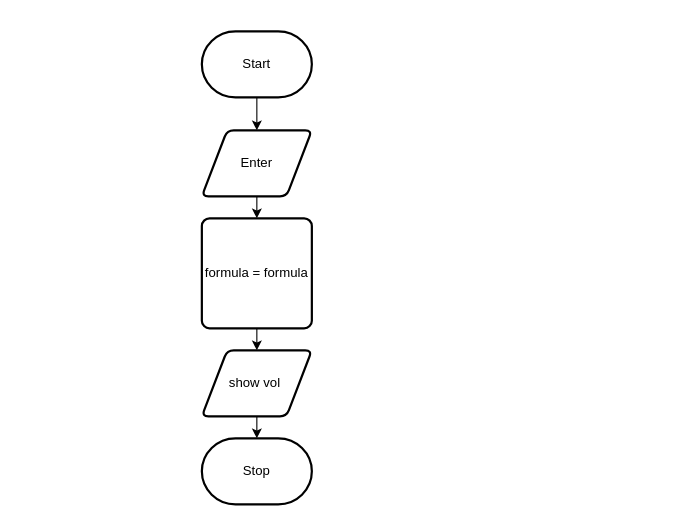
This is design/flowchart.drawio from Johanna-liu16/ICS2O-Unit-5-03-JS, a draw.io file, before an edit. Source tidied: cells renumbered, new cells numbered last; positions are measured from the earlier drawing's top-left corner, leaving out a move shared by most shapes. Both pictures are drawn from the tidied source at 110%, with x=0, y=0 at pixel (201, 31).
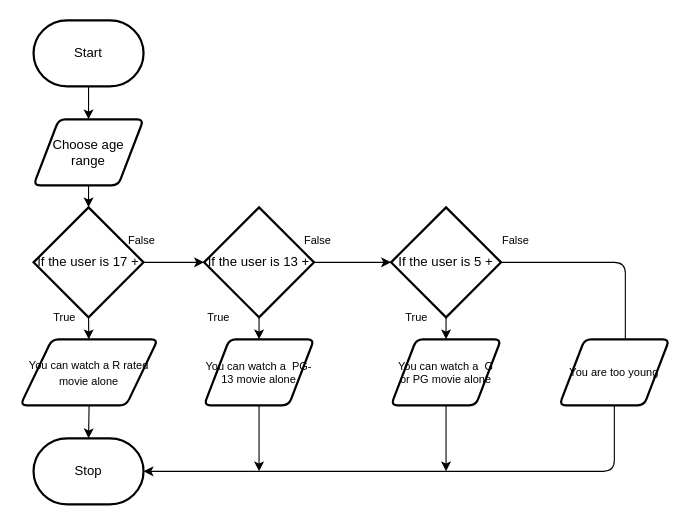
The same diagram, later.

What changed in the source:
```diff
@@
     <mxCell id="3" value="Start" style="strokeWidth=2;html=1;shape=mxgraph.flowchart.terminator;whiteSpace=wrap;" parent="1" vertex="1">
-      <mxGeometry width="100" height="60" as="geometry" />
+      <mxGeometry x="-153" y="-10" width="100" height="60" as="geometry" />
     </mxCell>
-    <mxCell id="4" style="edgeStyle=none;html=1;exitX=0.5;exitY=1;exitDx=0;exitDy=0;" parent="1" edge="1" source="5" target="7">
-      <mxGeometry relative="1" as="geometry" />
+    <mxCell id="4" style="edgeStyle=none;html=1;exitX=0.5;exitY=1;exitDx=0;exitDy=0;" parent="1" edge="1" source="5">
+      <mxGeometry relative="1" as="geometry">
+        <mxPoint x="-103" y="160" as="targetPoint" />
+      </mxGeometry>
     </mxCell>
-    <mxCell id="5" value="Enter" style="shape=parallelogram;html=1;strokeWidth=2;perimeter=parallelogramPerimeter;whiteSpace=wrap;rounded=1;arcSize=12;size=0.23;" parent="1" vertex="1">
-      <mxGeometry y="90" width="100" height="60" as="geometry" />
+    <mxCell id="5" value="Choose age range" style="shape=parallelogram;html=1;strokeWidth=2;perimeter=parallelogramPerimeter;whiteSpace=wrap;rounded=1;arcSize=12;size=0.23;" parent="1" vertex="1">
+      <mxGeometry x="-153" y="80" width="100" height="60" as="geometry" />
     </mxCell>
-    <mxCell id="6" style="edgeStyle=none;html=1;exitX=0.5;exitY=1;exitDx=0;exitDy=0;" parent="1" edge="1" source="7" target="9">
-      <mxGeometry relative="1" as="geometry" />
+    <mxCell id="6" style="edgeStyle=none;html=1;exitX=0.5;exitY=1;exitDx=0;exitDy=0;" parent="1" edge="1" target="9">
+      <mxGeometry relative="1" as="geometry">
+        <mxPoint x="-103" y="260" as="sourcePoint" />
+      </mxGeometry>
     </mxCell>
-    <mxCell id="7" value="formula = formula" style="rounded=1;whiteSpace=wrap;html=1;absoluteArcSize=1;arcSize=14;strokeWidth=2;" parent="1" vertex="1">
-      <mxGeometry y="170" width="100" height="100" as="geometry" />
-    </mxCell>
@@
-    <mxCell id="9" value="show vol&amp;nbsp;" style="shape=parallelogram;html=1;strokeWidth=2;perimeter=parallelogramPerimeter;whiteSpace=wrap;rounded=1;arcSize=12;size=0.23;" parent="1" vertex="1">
-      <mxGeometry y="290" width="100" height="60" as="geometry" />
+    <mxCell id="9" value="&lt;font style=&quot;font-size: 10px&quot;&gt;You can watch a R rated movie alone&lt;/font&gt;" style="shape=parallelogram;html=1;strokeWidth=2;perimeter=parallelogramPerimeter;whiteSpace=wrap;rounded=1;arcSize=12;size=0.23;" parent="1" vertex="1">
+      <mxGeometry x="-165" y="280" width="125" height="60" as="geometry" />
     </mxCell>
     <mxCell id="10" value="Stop" style="strokeWidth=2;html=1;shape=mxgraph.flowchart.terminator;whiteSpace=wrap;" parent="1" vertex="1">
-      <mxGeometry y="370" width="100" height="60" as="geometry" />
+      <mxGeometry x="-153" y="370" width="100" height="60" as="geometry" />
     </mxCell>
+    <mxCell id="11" style="edgeStyle=none;html=1;exitX=1;exitY=0.5;exitDx=0;exitDy=0;exitPerimeter=0;entryX=0;entryY=0.5;entryDx=0;entryDy=0;entryPerimeter=0;fontSize=10;" parent="1" edge="1" source="12" target="15">
+      <mxGeometry relative="1" as="geometry" />
+    </mxCell>
+    <mxCell id="12" value="If the user is 17 +" style="strokeWidth=2;html=1;shape=mxgraph.flowchart.decision;whiteSpace=wrap;" parent="1" vertex="1">
+      <mxGeometry x="-153" y="160" width="100" height="100" as="geometry" />
+    </mxCell>
+    <mxCell id="13" style="edgeStyle=none;html=1;exitX=1;exitY=0.5;exitDx=0;exitDy=0;exitPerimeter=0;entryX=0;entryY=0.5;entryDx=0;entryDy=0;entryPerimeter=0;fontSize=10;" parent="1" edge="1" source="15" target="18">
+      <mxGeometry relative="1" as="geometry" />
+    </mxCell>
+    <mxCell id="14" style="edgeStyle=none;html=1;exitX=0.5;exitY=1;exitDx=0;exitDy=0;exitPerimeter=0;entryX=0.5;entryY=0;entryDx=0;entryDy=0;fontSize=10;" parent="1" edge="1" source="15" target="20">
+      <mxGeometry relative="1" as="geometry" />
+    </mxCell>
+    <mxCell id="15" value="If the user is 13 +" style="strokeWidth=2;html=1;shape=mxgraph.flowchart.decision;whiteSpace=wrap;" parent="1" vertex="1">
+      <mxGeometry x="2" y="160" width="100" height="100" as="geometry" />
+    </mxCell>
+    <mxCell id="16" style="edgeStyle=none;html=1;exitX=1;exitY=0.5;exitDx=0;exitDy=0;exitPerimeter=0;fontSize=10;entryX=0.6;entryY=0.167;entryDx=0;entryDy=0;entryPerimeter=0;" parent="1" edge="1" source="18" target="30">
+      <mxGeometry relative="1" as="geometry">
+        <Array as="points">
+          <mxPoint x="385" y="210" />
+        </Array>
+      </mxGeometry>
+    </mxCell>
+    <mxCell id="17" style="edgeStyle=none;html=1;exitX=0.5;exitY=1;exitDx=0;exitDy=0;exitPerimeter=0;fontSize=10;" parent="1" edge="1" source="18" target="22">
+      <mxGeometry relative="1" as="geometry" />
+    </mxCell>
+    <mxCell id="18" value="If the user is 5 +" style="strokeWidth=2;html=1;shape=mxgraph.flowchart.decision;whiteSpace=wrap;" parent="1" vertex="1">
+      <mxGeometry x="172" y="160" width="100" height="100" as="geometry" />
+    </mxCell>
+    <mxCell id="19" style="edgeStyle=none;html=1;fontSize=10;" parent="1" edge="1" source="20">
+      <mxGeometry relative="1" as="geometry">
+        <mxPoint x="52" y="400" as="targetPoint" />
+      </mxGeometry>
+    </mxCell>
+    <mxCell id="20" value="&lt;font style=&quot;font-size: 10px&quot;&gt;You can watch a&amp;nbsp; PG-13 movie alone&lt;/font&gt;" style="shape=parallelogram;html=1;strokeWidth=2;perimeter=parallelogramPerimeter;whiteSpace=wrap;rounded=1;arcSize=12;size=0.23;fontSize=10;" parent="1" vertex="1">
+      <mxGeometry x="2" y="280" width="100" height="60" as="geometry" />
+    </mxCell>
+    <mxCell id="21" style="edgeStyle=none;html=1;fontSize=10;" parent="1" edge="1" source="22">
+      <mxGeometry relative="1" as="geometry">
+        <mxPoint x="222" y="400" as="targetPoint" />
+      </mxGeometry>
+    </mxCell>
+    <mxCell id="22" value="&lt;span&gt;You can watch a&amp;nbsp; G or PG movie alone&lt;/span&gt;" style="shape=parallelogram;html=1;strokeWidth=2;perimeter=parallelogramPerimeter;whiteSpace=wrap;rounded=1;arcSize=12;size=0.23;fontSize=10;" parent="1" vertex="1">
+      <mxGeometry x="172" y="280" width="100" height="60" as="geometry" />
+    </mxCell>
+    <mxCell id="23" value="True" style="text;html=1;align=center;verticalAlign=middle;strokeColor=none;fillColor=none;fontSize=10;" parent="1" vertex="1">
+      <mxGeometry x="-145" y="250" width="40" height="20" as="geometry" />
+    </mxCell>
+    <mxCell id="24" value="True" style="text;html=1;align=center;verticalAlign=middle;strokeColor=none;fillColor=none;fontSize=10;" parent="1" vertex="1">
+      <mxGeometry x="-5" y="250" width="40" height="20" as="geometry" />
+    </mxCell>
+    <mxCell id="25" value="True" style="text;html=1;align=center;verticalAlign=middle;strokeColor=none;fillColor=none;fontSize=10;" parent="1" vertex="1">
+      <mxGeometry x="175" y="250" width="40" height="20" as="geometry" />
+    </mxCell>
+    <mxCell id="26" value="False" style="text;html=1;align=center;verticalAlign=middle;strokeColor=none;fillColor=none;fontSize=10;" parent="1" vertex="1">
+      <mxGeometry x="-75" y="180" width="40" height="20" as="geometry" />
+    </mxCell>
+    <mxCell id="27" value="False" style="text;html=1;align=center;verticalAlign=middle;strokeColor=none;fillColor=none;fontSize=10;" parent="1" vertex="1">
+      <mxGeometry x="85" y="180" width="40" height="20" as="geometry" />
+    </mxCell>
+    <mxCell id="28" value="False" style="text;html=1;align=center;verticalAlign=middle;strokeColor=none;fillColor=none;fontSize=10;" parent="1" vertex="1">
+      <mxGeometry x="265" y="180" width="40" height="20" as="geometry" />
+    </mxCell>
+    <mxCell id="29" style="edgeStyle=none;html=1;fontSize=10;entryX=1;entryY=0.5;entryDx=0;entryDy=0;entryPerimeter=0;" parent="1" edge="1" source="30" target="10">
+      <mxGeometry relative="1" as="geometry">
+        <Array as="points">
+          <mxPoint x="375" y="400" />
+        </Array>
+      </mxGeometry>
+    </mxCell>
+    <mxCell id="30" value="You are too young" style="shape=parallelogram;html=1;strokeWidth=2;perimeter=parallelogramPerimeter;whiteSpace=wrap;rounded=1;arcSize=12;size=0.23;fontSize=10;" parent="1" vertex="1">
+      <mxGeometry x="325" y="280" width="100" height="60" as="geometry" />
+    </mxCell>
```
